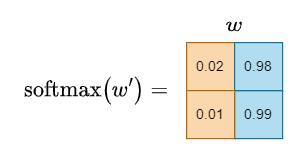
Earlier version of the draw.io export diagrams/basic-self-attention-weight.png (ratteripenta/transformers-seminar-workshop). Source tidied: cells renumbered, new cells last; positions are measured from the earlier drawing's top-left corner, leaving out a move shared by most shapes.
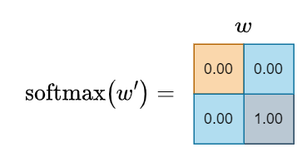
Later version of the same file.

Change to the diagram source:
```diff
@@ -5,16 +5,16 @@
     <mxCell id="2" value="`\text{softmax}(w^') =`" style="text;html=1;strokeColor=none;fillColor=none;align=center;verticalAlign=middle;whiteSpace=wrap;rounded=0;fontSize=16;" parent="1" vertex="1">
       <mxGeometry y="50" width="150" height="40" as="geometry" />
     </mxCell>
-    <mxCell id="3" value="0.02" style="rounded=0;whiteSpace=wrap;html=1;fillColor=#fad7ac;strokeColor=#b46504;" parent="1" vertex="1">
+    <mxCell id="3" value="0.00" style="rounded=0;whiteSpace=wrap;html=1;fillColor=#fad7ac;strokeColor=#b46504;" parent="1" vertex="1">
       <mxGeometry x="150" y="30" width="40" height="40" as="geometry" />
     </mxCell>
-    <mxCell id="4" value="0.99" style="rounded=0;whiteSpace=wrap;html=1;fillColor=#b1ddf0;strokeColor=#10739e;" parent="1" vertex="1">
+    <mxCell id="4" value="1.00" style="rounded=0;whiteSpace=wrap;html=1;fillColor=#bac8d3;strokeColor=#23445d;" parent="1" vertex="1">
       <mxGeometry x="190" y="70" width="40" height="40" as="geometry" />
     </mxCell>
-    <mxCell id="5" value="0.98" style="rounded=0;whiteSpace=wrap;html=1;fillColor=#b1ddf0;strokeColor=#10739e;" parent="1" vertex="1">
+    <mxCell id="5" value="0.00" style="rounded=0;whiteSpace=wrap;html=1;fillColor=#b1ddf0;strokeColor=#10739e;" parent="1" vertex="1">
       <mxGeometry x="190" y="30" width="40" height="40" as="geometry" />
     </mxCell>
-    <mxCell id="6" value="0.01" style="rounded=0;whiteSpace=wrap;html=1;fillColor=#fad7ac;strokeColor=#b46504;" parent="1" vertex="1">
+    <mxCell id="6" value="0.00" style="rounded=0;whiteSpace=wrap;html=1;fillColor=#b1ddf0;strokeColor=#10739e;" parent="1" vertex="1">
       <mxGeometry x="150" y="70" width="40" height="40" as="geometry" />
     </mxCell>
     <mxCell id="7" value="`w`" style="text;html=1;strokeColor=none;fillColor=none;align=center;verticalAlign=middle;whiteSpace=wrap;rounded=0;fontSize=16;" parent="1" vertex="1">
```
